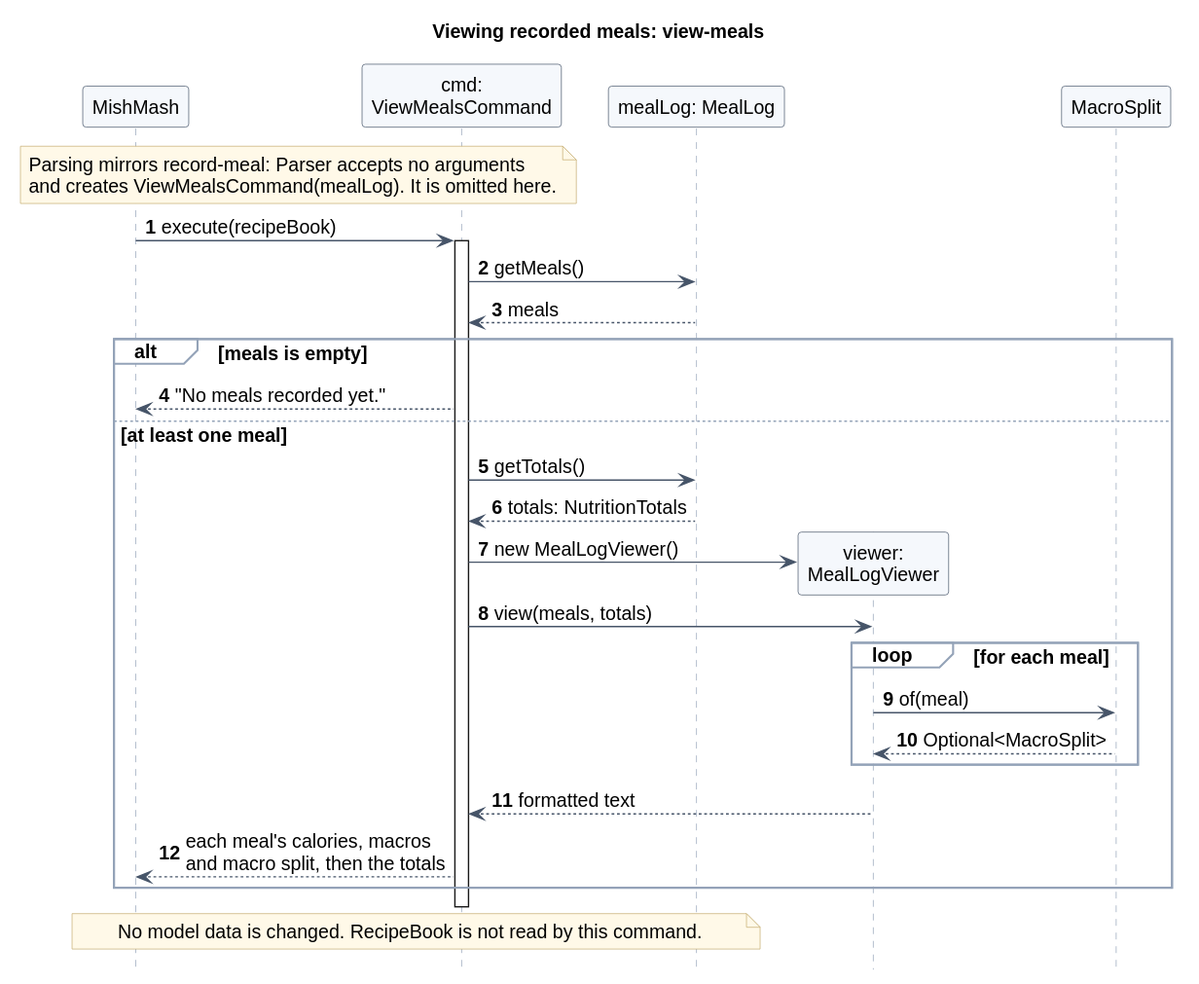
Above: docs/images/record-meal/view-meals.svg in AY2627S1-CS2113-W13-4/tp (PlantUML), before the change.
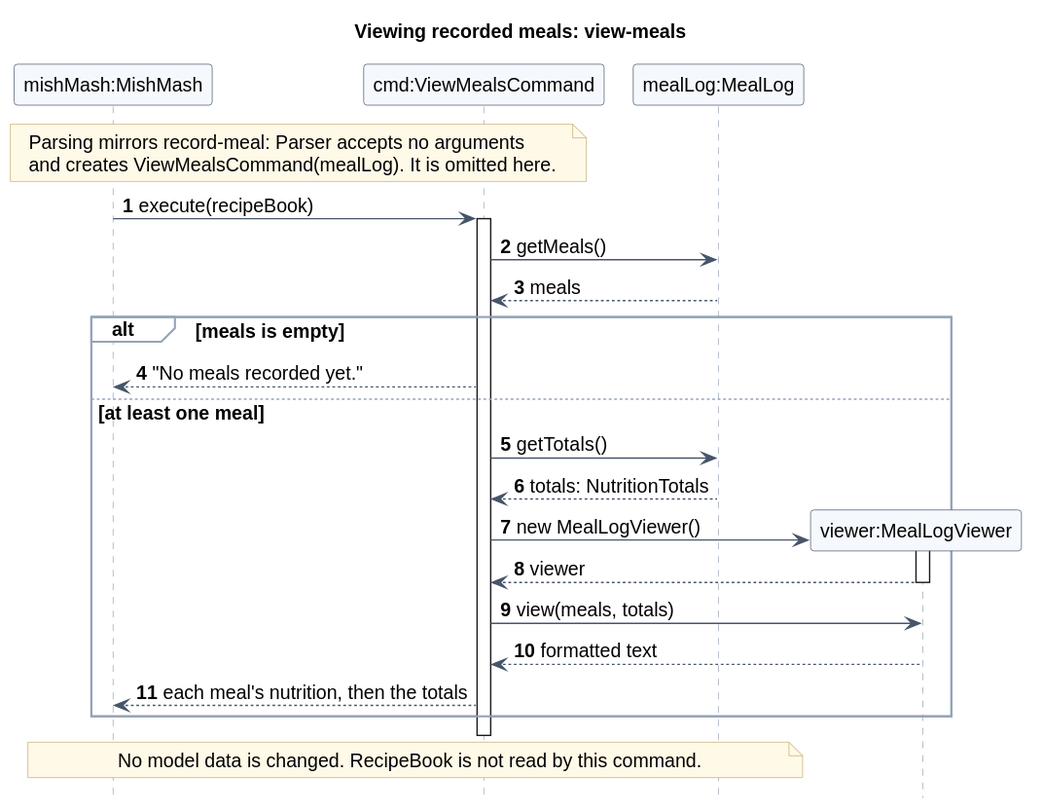
Later version of the same file.

Diff of the diagram source:
```diff
@@ -3,11 +3,10 @@
 title Viewing recorded meals: view-meals
 autonumber
 
-participant "MishMash" as App
-participant "cmd:\nViewMealsCommand" as Cmd
-participant "mealLog: MealLog" as Log
-participant "viewer:\nMealLogViewer" as Viewer
-participant "MacroSplit" as Split
+participant "mishMash:MishMash" as App
+participant "cmd:ViewMealsCommand" as Cmd
+participant "mealLog:MealLog" as Log
+participant "viewer:MealLogViewer" as Viewer
 
 note over App, Cmd
   Parsing mirrors record-meal: Parser accepts no arguments
@@ -25,13 +24,12 @@
   Log --> Cmd : totals: NutritionTotals
   create Viewer
   Cmd -> Viewer : new MealLogViewer()
+  activate Viewer
+  Viewer --> Cmd : viewer
+  deactivate Viewer
   Cmd -> Viewer : view(meals, totals)
-  loop for each meal
-    Viewer -> Split : of(meal)
-    Split --> Viewer : Optional<MacroSplit>
-  end
   Viewer --> Cmd : formatted text
-  Cmd --> App : each meal's calories, macros\nand macro split, then the totals
+  Cmd --> App : each meal's nutrition, then the totals
 end
 deactivate Cmd
 note over App, Log
```
